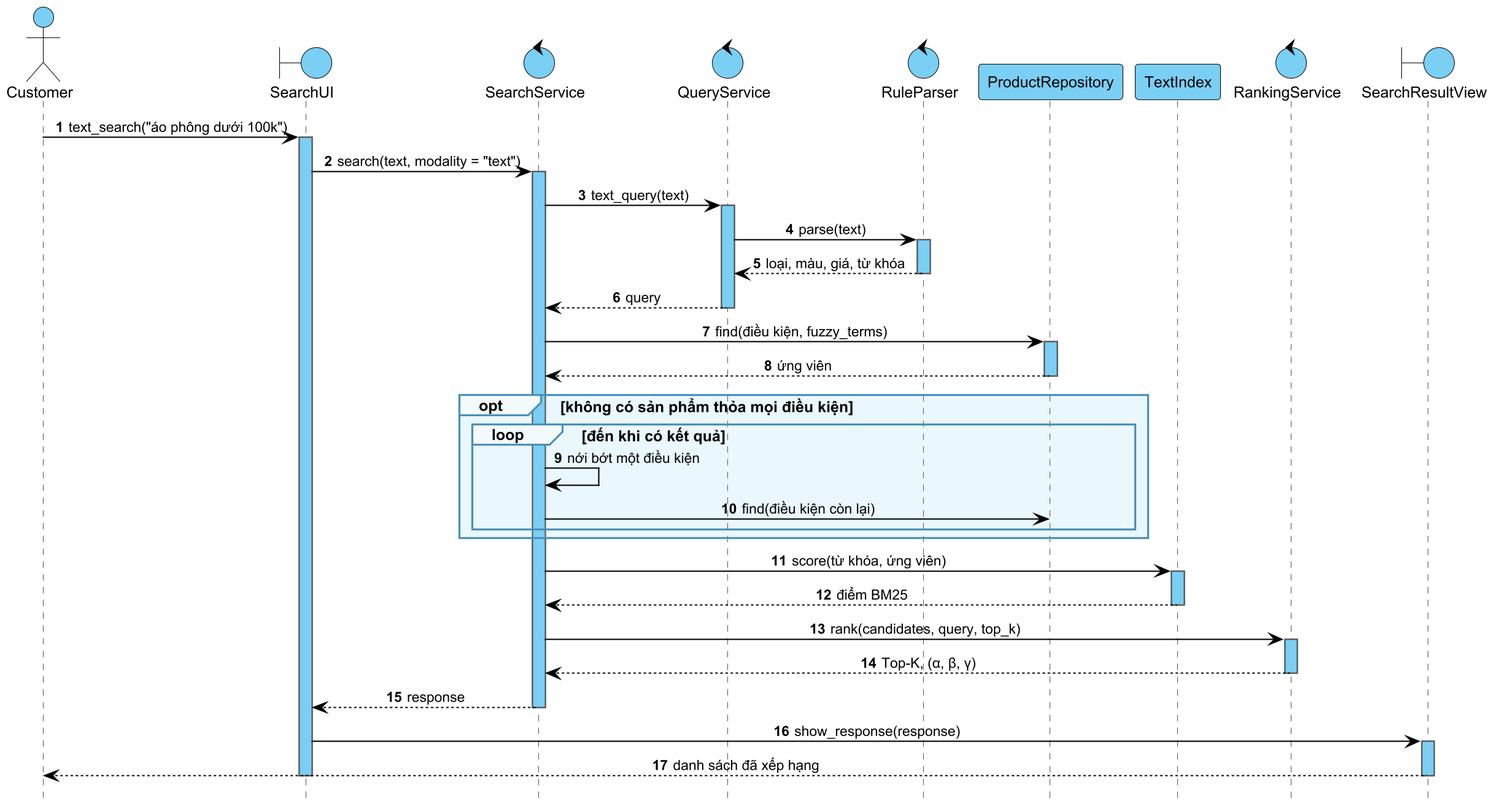
Earlier version of the PlantUML export slides/diagrams/ve-lai/seq-keyword.png (NguyenNinh05/Demo). Source of this version:
```plantuml
@startuml seq-keyword
!include _style.iuml
autonumber
hide footbox

actor Customer
boundary SearchUI
control SearchService
control QueryService
control RuleParser
participant ProductRepository
participant TextIndex
control RankingService
boundary SearchResultView

Customer -> SearchUI : text_search("áo phông dưới 100k")
activate SearchUI
SearchUI -> SearchService : search(text, modality = "text")
activate SearchService
SearchService -> QueryService : text_query(text)
activate QueryService
QueryService -> RuleParser : parse(text)
activate RuleParser
RuleParser --> QueryService : loại, màu, giá, từ khóa
deactivate RuleParser
QueryService --> SearchService : query
deactivate QueryService

SearchService -> ProductRepository : find(điều kiện, fuzzy_terms)
activate ProductRepository
ProductRepository --> SearchService : ứng viên
deactivate ProductRepository
opt không có sản phẩm thỏa mọi điều kiện
  loop đến khi có kết quả
    SearchService -> SearchService : nới bớt một điều kiện
    SearchService -> ProductRepository : find(điều kiện còn lại)
  end
end

SearchService -> TextIndex : score(từ khóa, ứng viên)
activate TextIndex
TextIndex --> SearchService : điểm BM25
deactivate TextIndex
SearchService -> RankingService : rank(candidates, query, top_k)
activate RankingService
RankingService --> SearchService : Top-K, (α, β, γ)
deactivate RankingService
SearchService --> SearchUI : response
deactivate SearchService
SearchUI -> SearchResultView : show_response(response)
activate SearchResultView
SearchResultView --> Customer : danh sách đã xếp hạng
deactivate SearchResultView
deactivate SearchUI
@enduml
```
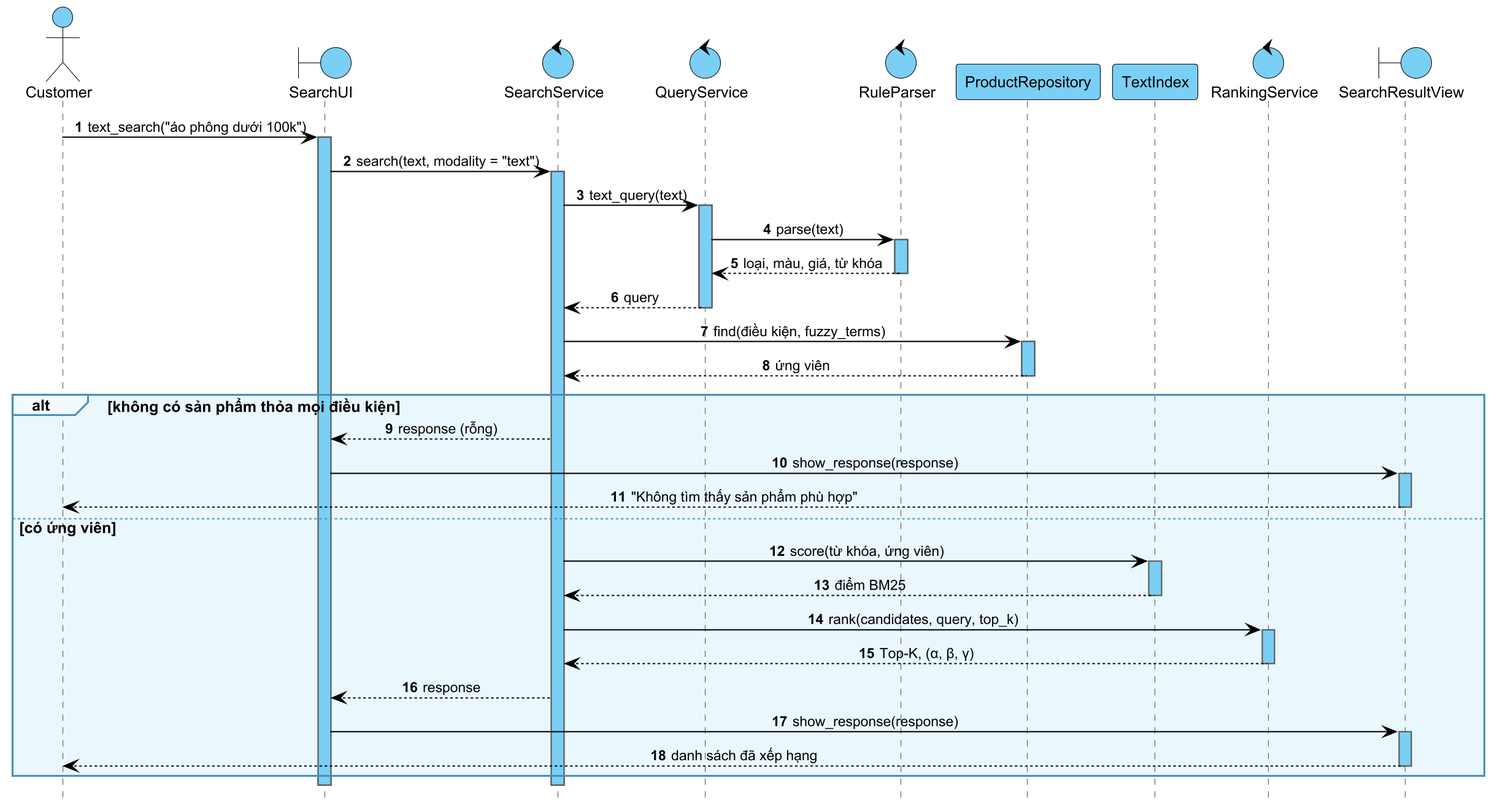
Above is the later version.

Commit message:
Show "not found" instead of relaxing search conditions

Diff of the diagram source:
```diff
@@ -30,26 +30,28 @@
 activate ProductRepository
 ProductRepository --> SearchService : ứng viên
 deactivate ProductRepository
-opt không có sản phẩm thỏa mọi điều kiện
-  loop đến khi có kết quả
-    SearchService -> SearchService : nới bớt một điều kiện
-    SearchService -> ProductRepository : find(điều kiện còn lại)
-  end
+
+alt không có sản phẩm thỏa mọi điều kiện
+  SearchService --> SearchUI : response (rỗng)
+  SearchUI -> SearchResultView : show_response(response)
+  activate SearchResultView
+  SearchResultView --> Customer : "Không tìm thấy sản phẩm phù hợp"
+  deactivate SearchResultView
+else có ứng viên
+  SearchService -> TextIndex : score(từ khóa, ứng viên)
+  activate TextIndex
+  TextIndex --> SearchService : điểm BM25
+  deactivate TextIndex
+  SearchService -> RankingService : rank(candidates, query, top_k)
+  activate RankingService
+  RankingService --> SearchService : Top-K, (α, β, γ)
+  deactivate RankingService
+  SearchService --> SearchUI : response
+  SearchUI -> SearchResultView : show_response(response)
+  activate SearchResultView
+  SearchResultView --> Customer : danh sách đã xếp hạng
+  deactivate SearchResultView
 end
-
-SearchService -> TextIndex : score(từ khóa, ứng viên)
-activate TextIndex
-TextIndex --> SearchService : điểm BM25
-deactivate TextIndex
-SearchService -> RankingService : rank(candidates, query, top_k)
-activate RankingService
-RankingService --> SearchService : Top-K, (α, β, γ)
-deactivate RankingService
-SearchService --> SearchUI : response
 deactivate SearchService
-SearchUI -> SearchResultView : show_response(response)
-activate SearchResultView
-SearchResultView --> Customer : danh sách đã xếp hạng
-deactivate SearchResultView
 deactivate SearchUI
 @enduml
```
